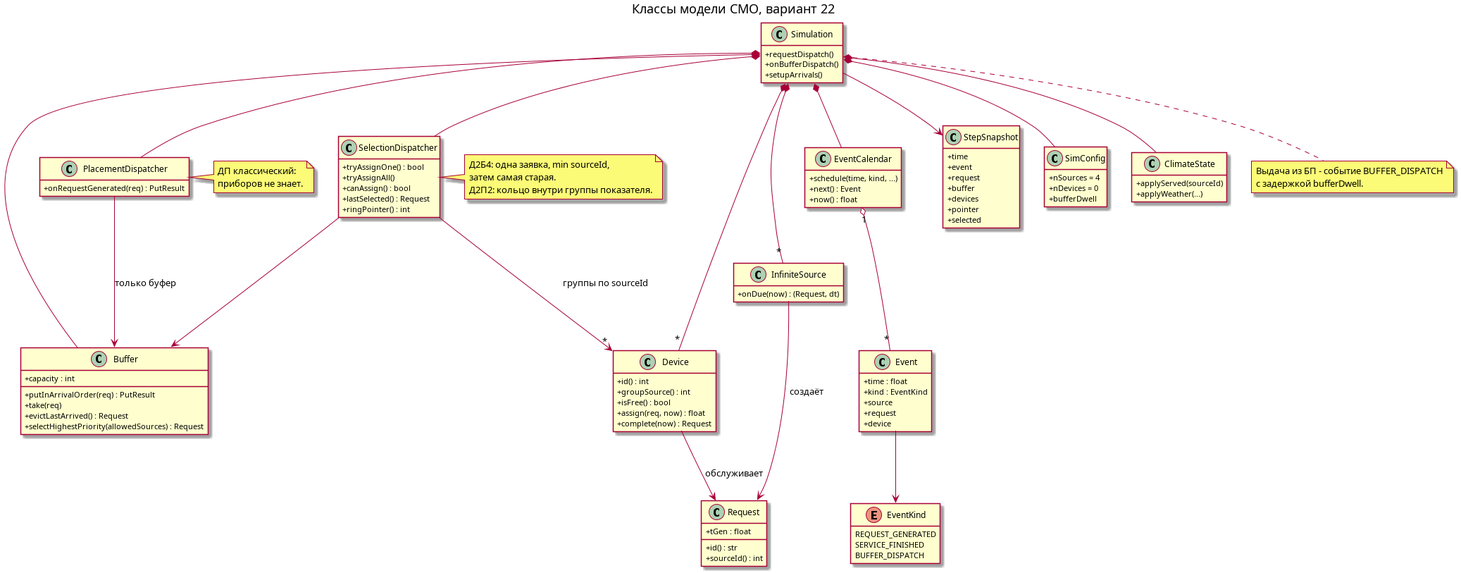
The PlantUML diagram docs/diagrams/classes.png in Aapng-cmd/greenhouse, before a commit. Its source is kept beside it as docs/diagrams/classes.puml. Its diagram source:
```plantuml
@startuml classes
title Классы модели СМО, вариант 22
hide empty members
skinparam classAttributeIconSize 0

enum EventKind {
  REQUEST_GENERATED
  SERVICE_FINISHED
  BUFFER_DISPATCH
}

class EventCalendar {
  +schedule(time, kind, ...)
  +next() : Event
  +now() : float
}

class Event {
  +time : float
  +kind : EventKind
  +source
  +request
  +device
}

class Request {
  +id() : str
  +sourceId() : int
  +tGen : float
}

class Buffer {
  +capacity : int
  +putInArrivalOrder(req) : PutResult
  +take(req)
  +evictLastArrived() : Request
  +selectHighestPriority(allowedSources) : Request
}

class PlacementDispatcher {
  +onRequestGenerated(req) : PutResult
}

class SelectionDispatcher {
  +tryAssignOne() : bool
  +tryAssignAll()
  +canAssign() : bool
  +lastSelected() : Request
  +ringPointer() : int
}

class Device {
  +id() : int
  +groupSource() : int
  +isFree() : bool
  +assign(req, now) : float
  +complete(now) : Request
}

class InfiniteSource {
  +onDue(now) : (Request, dt)
}

class Simulation {
  +requestDispatch()
  +onBufferDispatch()
  +setupArrivals()
}

class StepSnapshot {
  +time
  +event
  +request
  +buffer
  +devices
  +pointer
  +selected
}

class SimConfig {
  +nSources = 4
  +nDevices = 0
  +bufferDwell
}

class ClimateState {
  +applyServed(sourceId)
  +applyWeather(...)
}

EventCalendar "1" o-- "*" Event
Event --> EventKind
Simulation *-- EventCalendar
Simulation *-- Buffer
Simulation *-- PlacementDispatcher
Simulation *-- SelectionDispatcher
Simulation *-- "*" Device
Simulation *-- "*" InfiniteSource
Simulation *-- ClimateState
Simulation *-- SimConfig
Simulation --> StepSnapshot
PlacementDispatcher --> Buffer : только буфер
SelectionDispatcher --> Buffer
SelectionDispatcher --> "*" Device : группы по sourceId
InfiniteSource --> Request : создаёт
Device --> Request : обслуживает

note right of PlacementDispatcher
  ДП классический:
  приборов не знает.
end note

note right of SelectionDispatcher
  Д2Б4: одна заявка, min sourceId,
  затем самая старая.
  Д2П2: кольцо внутри группы показателя.
end note

note bottom of Simulation
  Выдача из БП - событие BUFFER_DISPATCH
  с задержкой bufferDwell.
end note
@enduml
```
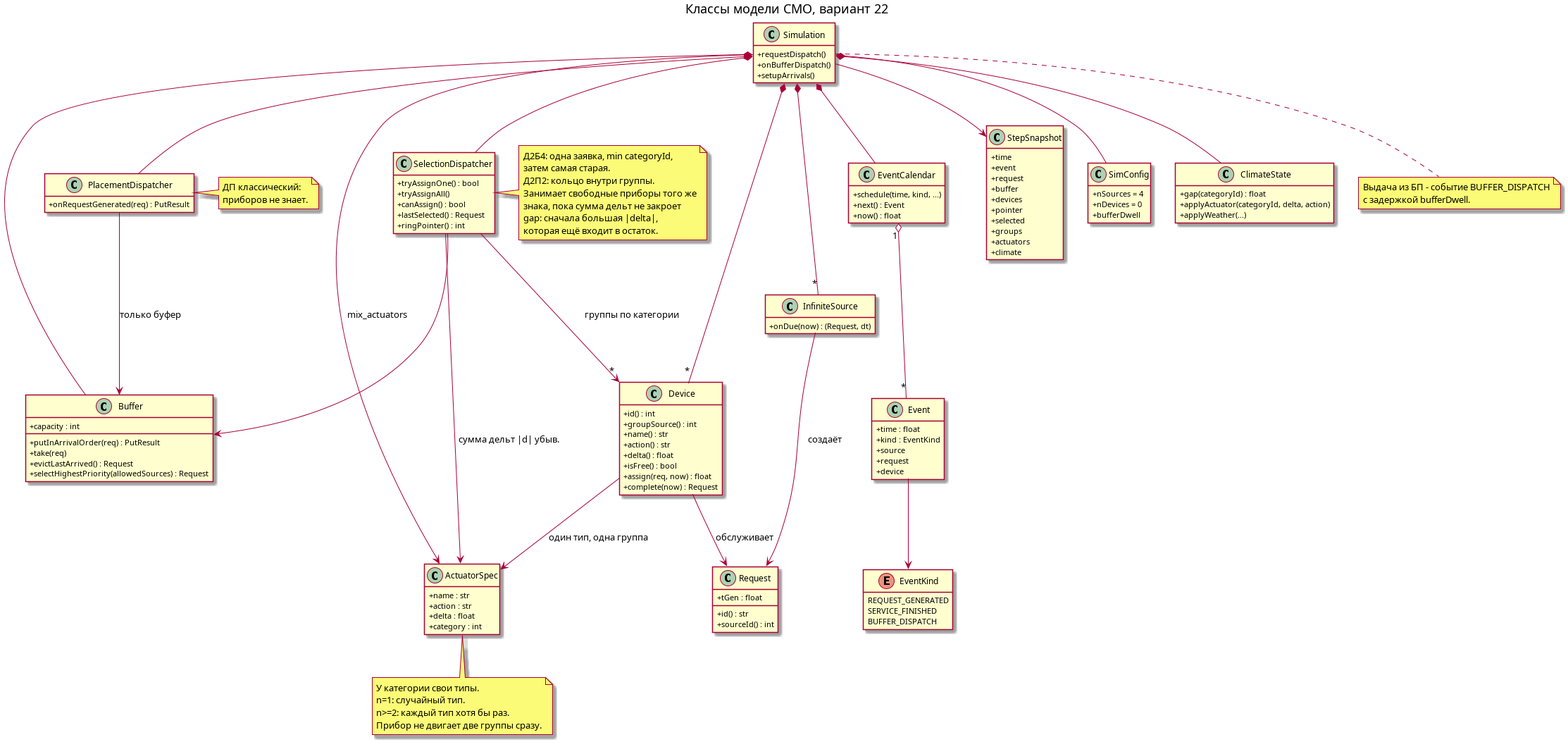
The same file after the commit.

The edit, as a diff of the source:
```diff
@@ -49,9 +49,19 @@
   +ringPointer() : int
 }
 
+class ActuatorSpec {
+  +name : str
+  +action : str
+  +delta : float
+  +category : int
+}
+
 class Device {
   +id() : int
   +groupSource() : int
+  +name() : str
+  +action() : str
+  +delta() : float
   +isFree() : bool
   +assign(req, now) : float
   +complete(now) : Request
@@ -75,6 +85,9 @@
   +devices
   +pointer
   +selected
+  +groups
+  +actuators
+  +climate
 }
 
 class SimConfig {
@@ -84,7 +97,8 @@
 }
 
 class ClimateState {
-  +applyServed(sourceId)
+  +gap(categoryId) : float
+  +applyActuator(categoryId, delta, action)
   +applyWeather(...)
 }
 
@@ -101,7 +115,10 @@
 Simulation --> StepSnapshot
 PlacementDispatcher --> Buffer : только буфер
 SelectionDispatcher --> Buffer
-SelectionDispatcher --> "*" Device : группы по sourceId
+SelectionDispatcher --> "*" Device : группы по категории
+SelectionDispatcher --> ActuatorSpec : сумма дельт |d| убыв.
+Simulation --> ActuatorSpec : mix_actuators
+Device --> ActuatorSpec : один тип, одна группа
 InfiniteSource --> Request : создаёт
 Device --> Request : обслуживает
 
@@ -111,9 +128,20 @@
 end note
 
 note right of SelectionDispatcher
-  Д2Б4: одна заявка, min sourceId,
+  Д2Б4: одна заявка, min categoryId,
   затем самая старая.
-  Д2П2: кольцо внутри группы показателя.
+  Д2П2: кольцо внутри группы.
+  Занимает свободные приборы того же
+  знака, пока сумма дельт не закроет
+  gap: сначала большая |delta|,
+  которая ещё входит в остаток.
+end note
+
+note bottom of ActuatorSpec
+  У категории свои типы.
+  n=1: случайный тип.
+  n>=2: каждый тип хотя бы раз.
+  Прибор не двигает две группы сразу.
 end note
 
 note bottom of Simulation
```
